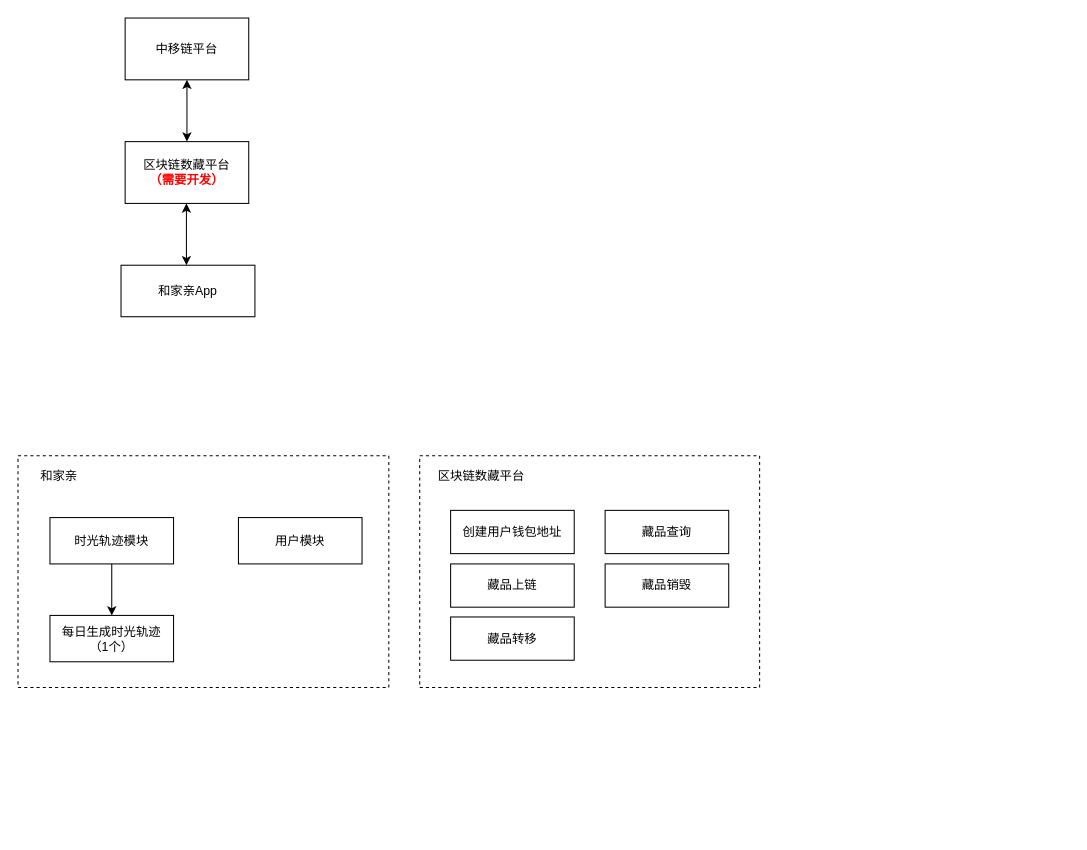
1595901624/GitTest keeps this draw.io diagram as ohter/元宇宙.drawio. Above is the earlier version. Source tidied: cells renumbered, new cells numbered last; positions are measured from the earlier drawing's top-left corner, leaving out a move shared by most shapes. Both pictures are drawn from the tidied source at 103%, with x=0, y=0 at pixel (18, 18).
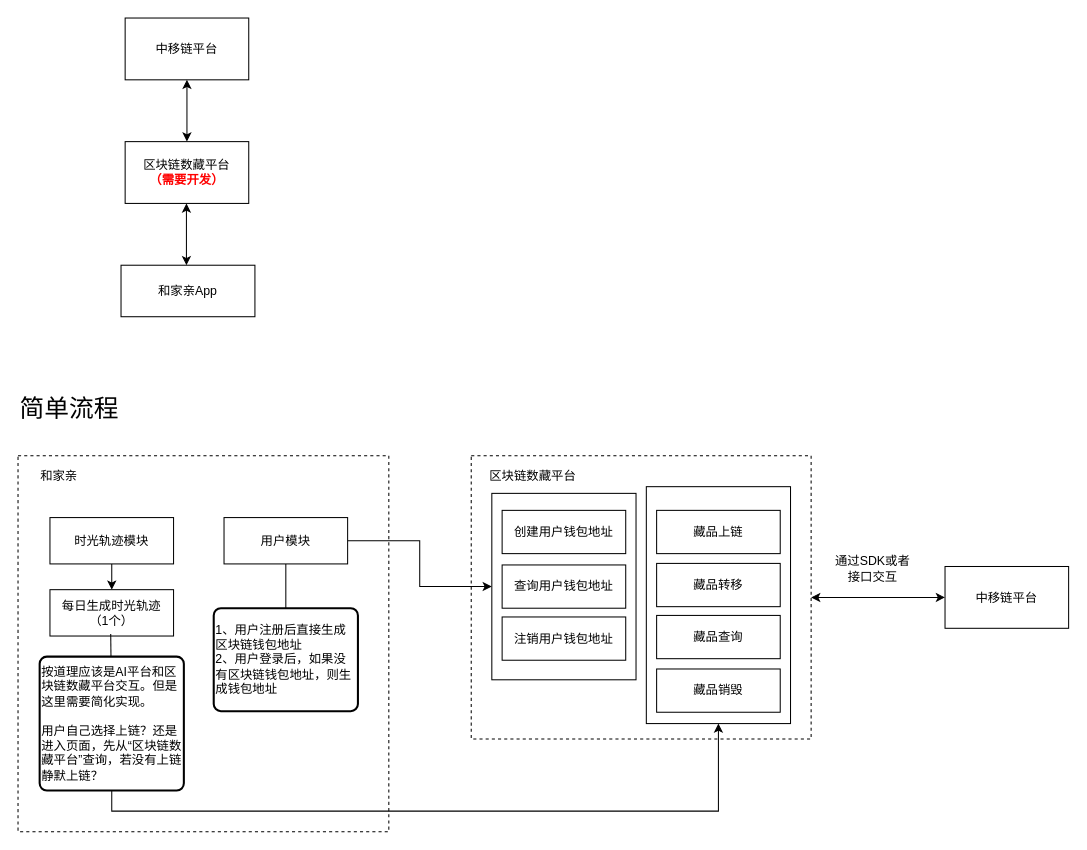
The same diagram, later.

Commit message:
更新元宇宙.drawio

Diff of the diagram source:
```diff
@@
+    <mxCell id="20" style="group;" parent="1" vertex="1">
+      <mxGeometry x="440" y="425" width="330" height="275" as="geometry" />
+    </mxCell>
+    <mxCell id="13" style="rounded=0;whiteSpace=wrap;html=1;dashed=1;fontColor=#000000;" parent="20" vertex="1">
+      <mxGeometry width="330" height="275" as="geometry" />
+    </mxCell>
+    <mxCell id="15" value="区块链数藏平台" style="text;html=1;strokeColor=none;fillColor=none;align=center;verticalAlign=middle;whiteSpace=wrap;rounded=0;fontColor=#000000;" parent="20" vertex="1">
+      <mxGeometry y="5" width="120" height="30" as="geometry" />
+    </mxCell>
+    <mxCell id="21" style="rounded=0;whiteSpace=wrap;html=1;fontColor=#000000;" parent="20" vertex="1">
+      <mxGeometry x="170" y="30" width="140" height="230" as="geometry" />
+    </mxCell>
@@
     <mxCell id="7" style="rounded=0;whiteSpace=wrap;html=1;dashed=1;fontColor=#000000;" parent="1" vertex="1">
-      <mxGeometry y="425" width="360" height="225" as="geometry" />
+      <mxGeometry y="425" width="360" height="365" as="geometry" />
     </mxCell>
@@
     <mxCell id="11" value="每日生成时光轨迹&lt;br&gt;（1个）" style="rounded=0;whiteSpace=wrap;html=1;fontColor=#000000;" parent="1" vertex="1">
-      <mxGeometry x="31" y="580" width="120" height="45" as="geometry" />
+      <mxGeometry x="31" y="555" width="120" height="45" as="geometry" />
     </mxCell>
+    <mxCell id="22" style="edgeStyle=orthogonalEdgeStyle;rounded=0;jettySize=auto;html=1;exitX=1;exitY=0.5;exitDx=0;exitDy=0;fontColor=#000000;" parent="1" edge="1" source="12" target="29">
+      <mxGeometry relative="1" as="geometry" />
+    </mxCell>
     <mxCell id="12" value="用户模块" style="rounded=0;whiteSpace=wrap;html=1;fontColor=#000000;" parent="1" vertex="1">
-      <mxGeometry x="214" y="485" width="120" height="45" as="geometry" />
+      <mxGeometry x="200" y="485" width="120" height="45" as="geometry" />
     </mxCell>
-    <mxCell id="13" style="rounded=0;whiteSpace=wrap;html=1;dashed=1;fontColor=#000000;" parent="1" vertex="1">
-      <mxGeometry x="390" y="425" width="330" height="225" as="geometry" />
-    </mxCell>
+    <mxCell id="23" value="中移链平台" style="rounded=0;whiteSpace=wrap;html=1;fontColor=#000000;" parent="1" vertex="1">
+      <mxGeometry x="900" y="532.5" width="120" height="60" as="geometry" />
+    </mxCell>
+    <mxCell id="24" style="endArrow=classic;startArrow=classic;html=1;rounded=0;fontColor=#000000;entryX=0;entryY=0.5;entryDx=0;entryDy=0;exitX=1;exitY=0.5;exitDx=0;exitDy=0;" parent="1" edge="1" source="13" target="23">
+      <mxGeometry relative="1" as="geometry" />
+    </mxCell>
+    <mxCell id="25" value="通过SDK或者接口交互" style="text;html=1;strokeColor=none;fillColor=none;align=center;verticalAlign=middle;whiteSpace=wrap;rounded=0;fontColor=#000000;" parent="1" vertex="1">
+      <mxGeometry x="790" y="520" width="80" height="30" as="geometry" />
+    </mxCell>
+    <mxCell id="26" value="1、用户注册后直接生成区块链钱包地址&lt;br&gt;2、用户登录后，如果没有区块链钱包地址，则生成钱包地址" style="rounded=1;whiteSpace=wrap;html=1;absoluteArcSize=1;arcSize=14;strokeWidth=2;fontColor=#000000;align=left;" parent="1" vertex="1">
+      <mxGeometry x="190" y="573" width="140" height="100" as="geometry" />
+    </mxCell>
+    <mxCell id="27" style="endArrow=none;html=1;rounded=0;fontColor=#000000;entryX=0.5;entryY=1;entryDx=0;entryDy=0;exitX=0.5;exitY=0;exitDx=0;exitDy=0;" parent="1" edge="1" source="26" target="12">
+      <mxGeometry relative="1" as="geometry" />
+    </mxCell>
+    <mxCell id="28" style="group;" parent="1" vertex="1">
+      <mxGeometry x="460" y="461.5" width="140" height="181" as="geometry" />
+    </mxCell>
+    <mxCell id="29" style="rounded=0;whiteSpace=wrap;html=1;fontColor=#000000;" parent="28" vertex="1">
+      <mxGeometry width="140" height="181" as="geometry" />
+    </mxCell>
+    <mxCell id="30" value="查询用户钱包地址" style="rounded=0;whiteSpace=wrap;html=1;fontColor=#000000;" parent="28" vertex="1">
+      <mxGeometry x="10" y="69.5" width="120" height="42" as="geometry" />
+    </mxCell>
+    <mxCell id="31" value="注销用户钱包地址" style="rounded=0;whiteSpace=wrap;html=1;fontColor=#000000;" parent="28" vertex="1">
+      <mxGeometry x="10" y="120" width="120" height="42" as="geometry" />
+    </mxCell>
-    <mxCell id="14" value="创建用户钱包地址" style="rounded=0;whiteSpace=wrap;html=1;fontColor=#000000;" parent="1" vertex="1">
-      <mxGeometry x="420" y="478" width="120" height="42" as="geometry" />
+    <mxCell id="14" value="创建用户钱包地址" style="rounded=0;whiteSpace=wrap;html=1;fontColor=#000000;" parent="28" vertex="1">
+      <mxGeometry x="10" y="16.5" width="120" height="42" as="geometry" />
     </mxCell>
-    <mxCell id="15" value="区块链数藏平台" style="text;html=1;strokeColor=none;fillColor=none;align=center;verticalAlign=middle;whiteSpace=wrap;rounded=0;fontColor=#000000;" parent="1" vertex="1">
-      <mxGeometry x="390" y="430" width="120" height="30" as="geometry" />
-    </mxCell>
+    <mxCell id="32" style="group;" parent="1" vertex="1">
+      <mxGeometry x="620" y="478" width="120" height="196" as="geometry" />
+    </mxCell>
-    <mxCell id="16" value="藏品上链" style="rounded=0;whiteSpace=wrap;html=1;fontColor=#000000;" parent="1" vertex="1">
-      <mxGeometry x="420" y="530" width="120" height="42" as="geometry" />
+    <mxCell id="16" value="藏品上链" style="rounded=0;whiteSpace=wrap;html=1;fontColor=#000000;" parent="32" vertex="1">
+      <mxGeometry width="120" height="42" as="geometry" />
     </mxCell>
-    <mxCell id="17" value="藏品转移" style="rounded=0;whiteSpace=wrap;html=1;fontColor=#000000;" parent="1" vertex="1">
-      <mxGeometry x="420" y="581.5" width="120" height="42" as="geometry" />
+    <mxCell id="17" value="藏品转移" style="rounded=0;whiteSpace=wrap;html=1;fontColor=#000000;" parent="32" vertex="1">
+      <mxGeometry y="51.5" width="120" height="42" as="geometry" />
     </mxCell>
-    <mxCell id="18" value="藏品查询" style="rounded=0;whiteSpace=wrap;html=1;fontColor=#000000;" parent="1" vertex="1">
-      <mxGeometry x="570" y="478" width="120" height="42" as="geometry" />
+    <mxCell id="18" value="藏品查询" style="rounded=0;whiteSpace=wrap;html=1;fontColor=#000000;" parent="32" vertex="1">
+      <mxGeometry y="102" width="120" height="42" as="geometry" />
     </mxCell>
-    <mxCell id="19" value="藏品销毁" style="rounded=0;whiteSpace=wrap;html=1;fontColor=#000000;" parent="1" vertex="1">
-      <mxGeometry x="570" y="530" width="120" height="42" as="geometry" />
+    <mxCell id="19" value="藏品销毁" style="rounded=0;whiteSpace=wrap;html=1;fontColor=#000000;" parent="32" vertex="1">
+      <mxGeometry y="154" width="120" height="42" as="geometry" />
     </mxCell>
+    <mxCell id="33" style="edgeStyle=orthogonalEdgeStyle;rounded=0;jettySize=auto;html=1;exitX=0.5;exitY=1;exitDx=0;exitDy=0;entryX=0.5;entryY=1;entryDx=0;entryDy=0;fontColor=#000000;" parent="1" edge="1" source="34" target="21">
+      <mxGeometry relative="1" as="geometry" />
+    </mxCell>
+    <mxCell id="34" value="按道理应该是AI平台和区块链数藏平台交互。但是这里需要简化实现。&lt;br&gt;&lt;br&gt;用户自己选择上链？还是进入页面，先从“&lt;span style=&quot;text-align: center;&quot;&gt;区块链数藏平台”查询，若没有上链静默上链？&lt;/span&gt;" style="rounded=1;whiteSpace=wrap;html=1;absoluteArcSize=1;arcSize=14;strokeWidth=2;fontColor=#000000;align=left;" parent="1" vertex="1">
+      <mxGeometry x="21" y="620" width="140" height="130" as="geometry" />
+    </mxCell>
+    <mxCell id="35" style="endArrow=none;html=1;rounded=0;fontColor=#000000;" parent="1" edge="1" source="34">
+      <mxGeometry relative="1" as="geometry">
+        <mxPoint x="90" y="598" as="targetPoint" />
+      </mxGeometry>
+    </mxCell>
+    <mxCell id="36" value="&lt;font style=&quot;font-size: 24px;&quot;&gt;简单流程&lt;/font&gt;" style="text;html=1;strokeColor=none;fillColor=none;align=center;verticalAlign=middle;whiteSpace=wrap;rounded=0;fontColor=#000000;" parent="1" vertex="1">
+      <mxGeometry y="360" width="100" height="40" as="geometry" />
+    </mxCell>
```
